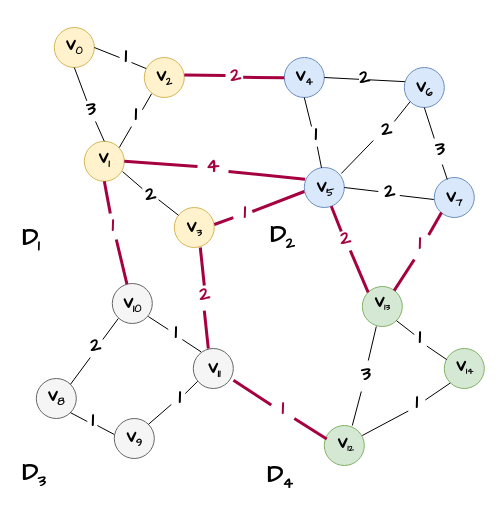
This is 1.drawio from coldbubbletea/World-of-Warcraft--Non-graphical-interface-CPP-game, a draw.io file, before an edit. Source tidied: cells renumbered, new cells numbered last; positions are measured from the earlier drawing's top-left corner, leaving out a move shared by most shapes. Both pictures are drawn from the tidied source at 100%, with x=0, y=0 at pixel (17, 27).
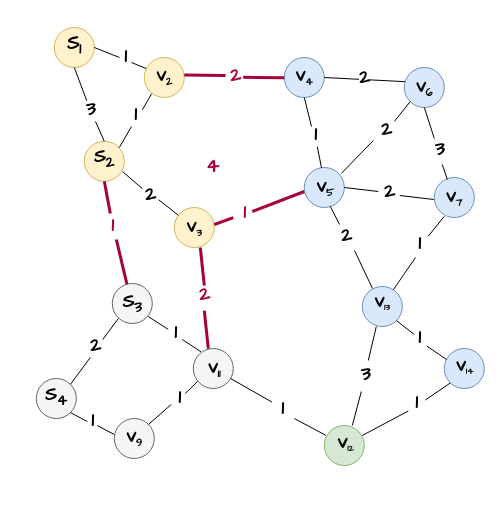
The same diagram, later.

The change refers to these unchanged cells:
```xml
<mxCell id="9" style="ellipse;whiteSpace=wrap;html=1;fillColor=#fff2cc;strokeColor=#d6b656;" parent="1" vertex="1">
  <mxGeometry x="66.8" y="113.8" width="40" height="40" as="geometry" />
</mxCell>
<mxCell id="12" style="ellipse;whiteSpace=wrap;html=1;fillColor=#dae8fc;strokeColor=#6c8ebf;" parent="1" vertex="1">
  <mxGeometry x="286.8" y="140" width="40" height="40" as="geometry" />
</mxCell>
<mxCell id="24" style="ellipse;whiteSpace=wrap;html=1;fillColor=#f5f5f5;strokeColor=#666666;fontColor=#333333;" parent="1" vertex="1">
  <mxGeometry x="175.8" y="321" width="40" height="40" as="geometry" />
</mxCell>
<mxCell id="31" style="ellipse;whiteSpace=wrap;html=1;fillColor=#d5e8d4;strokeColor=#82b366;" parent="1" vertex="1">
  <mxGeometry x="306.8" y="398" width="40" height="40" as="geometry" />
</mxCell>
```

The edit, as a diff of the source:
```diff
@@
-    <mxCell id="4" style="ellipse;whiteSpace=wrap;html=1;fillColor=#dae8fc;strokeColor=#6c8ebf;" parent="1" vertex="1">
+    <mxCell id="4" style="ellipse;whiteSpace=wrap;html=1;fillColor=#DAE8FC;strokeColor=#6C8EBF;" parent="1" vertex="1">
       <mxGeometry x="416.8" y="150" width="40" height="40" as="geometry" />
     </mxCell>
@@
-    <mxCell id="21" value="&lt;h1&gt;&lt;font face=&quot;Comic Sans MS&quot;&gt;D&lt;sub style=&quot;&quot;&gt;&lt;font style=&quot;font-size: 16px;&quot;&gt;4&lt;/font&gt;&lt;/sub&gt;&lt;/font&gt;&lt;/h1&gt;&lt;p&gt;&lt;br&gt;&lt;/p&gt;" style="text;html=1;strokeColor=none;fillColor=none;spacing=5;spacingTop=-20;whiteSpace=wrap;overflow=hidden;rounded=0;" parent="1" vertex="1">
-      <mxGeometry x="244.8" y="427" width="49" height="44" as="geometry" />
-    </mxCell>
-    <mxCell id="22" style="endArrow=none;html=1;rounded=0;exitX=1;exitY=0.5;exitDx=0;exitDy=0;strokeWidth=3;fillColor=#d80073;strokeColor=#A50040;" parent="1" edge="1" source="9">
-      <mxGeometry relative="1" as="geometry">
-        <mxPoint x="180" y="139" as="targetPoint" />
-      </mxGeometry>
-    </mxCell>
@@
-    <mxCell id="29" style="ellipse;whiteSpace=wrap;html=1;fillColor=#d5e8d4;strokeColor=#82b366;" parent="1" vertex="1">
+    <mxCell id="29" style="ellipse;whiteSpace=wrap;html=1;fillColor=#DAE8FC;strokeColor=#6C8EBF;" parent="1" vertex="1">
       <mxGeometry x="426.8" y="321" width="40" height="40" as="geometry" />
     </mxCell>
-    <mxCell id="30" style="ellipse;whiteSpace=wrap;html=1;fillColor=#d5e8d4;strokeColor=#82b366;" parent="1" vertex="1">
+    <mxCell id="30" style="ellipse;whiteSpace=wrap;html=1;fillColor=#DAE8FC;strokeColor=#6C8EBF;" parent="1" vertex="1">
       <mxGeometry x="344.8" y="259" width="40" height="40" as="geometry" />
     </mxCell>
@@
-    <mxCell id="35" style="endArrow=none;html=1;rounded=0;strokeWidth=3;fillColor=#d80073;strokeColor=#A50040;entryX=0.5;entryY=1;entryDx=0;entryDy=0;" parent="1" edge="1">
-      <mxGeometry relative="1" as="geometry">
-        <mxPoint x="323.8" y="204" as="sourcePoint" />
-        <mxPoint x="313.8" y="178.8" as="targetPoint" />
-      </mxGeometry>
-    </mxCell>
@@
-    <mxCell id="44" style="endArrow=none;html=1;rounded=0;strokeWidth=3;fillColor=#d80073;strokeColor=#A50040;entryX=0.018;entryY=0.294;entryDx=0;entryDy=0;entryPerimeter=0;" parent="1" edge="1" target="12">
-      <mxGeometry relative="1" as="geometry">
-        <mxPoint x="211" y="144" as="sourcePoint" />
-      </mxGeometry>
-    </mxCell>
-    <mxCell id="45" value="&lt;font color=&quot;#a50040&quot; style=&quot;font-size: 19px;&quot; face=&quot;Comic Sans MS&quot;&gt;&lt;b&gt;2&lt;/b&gt;&lt;/font&gt;" style="text;html=1;strokeColor=none;fillColor=none;align=center;verticalAlign=middle;whiteSpace=wrap;rounded=0;" parent="1" vertex="1">
-      <mxGeometry x="316.8" y="203" width="23" height="18" as="geometry" />
+    <mxCell id="45" value="&lt;font style=&quot;font-size: 19px;&quot; face=&quot;Comic Sans MS&quot;&gt;&lt;b&gt;2&lt;/b&gt;&lt;/font&gt;" style="text;html=1;strokeColor=none;fillColor=none;align=center;verticalAlign=middle;whiteSpace=wrap;rounded=0;fontColor=#000000;" parent="1" vertex="1">
+      <mxGeometry x="318.3" y="200" width="23" height="18" as="geometry" />
     </mxCell>
-    <mxCell id="46" style="endArrow=none;html=1;rounded=0;strokeWidth=3;fillColor=#d80073;strokeColor=#A50040;entryX=0.5;entryY=1;entryDx=0;entryDy=0;exitX=0;exitY=0;exitDx=0;exitDy=0;" parent="1" edge="1" source="30">
-      <mxGeometry relative="1" as="geometry">
-        <mxPoint x="332.8" y="223" as="targetPoint" />
-      </mxGeometry>
-    </mxCell>
-    <mxCell id="47" value="&lt;font color=&quot;#a50040&quot; style=&quot;font-size: 19px;&quot; face=&quot;Comic Sans MS&quot;&gt;&lt;b&gt;1&lt;/b&gt;&lt;/font&gt;" style="text;html=1;strokeColor=none;fillColor=none;align=center;verticalAlign=middle;whiteSpace=wrap;rounded=0;" parent="1" vertex="1">
+    <mxCell id="47" value="&lt;font style=&quot;font-size: 19px;&quot; face=&quot;Comic Sans MS&quot;&gt;&lt;b&gt;1&lt;/b&gt;&lt;/font&gt;" style="text;html=1;strokeColor=none;fillColor=none;align=center;verticalAlign=middle;whiteSpace=wrap;rounded=0;fontColor=#000000;" parent="1" vertex="1">
       <mxGeometry x="390.8" y="208" width="23" height="18" as="geometry" />
     </mxCell>
-    <mxCell id="48" style="endArrow=none;html=1;rounded=0;strokeWidth=3;fillColor=#d80073;strokeColor=#A50040;entryX=0.181;entryY=0.874;entryDx=0;entryDy=0;entryPerimeter=0;exitX=0.885;exitY=-0.033;exitDx=0;exitDy=0;exitPerimeter=0;" parent="1" edge="1" source="47" target="4">
-      <mxGeometry relative="1" as="geometry" />
-    </mxCell>
-    <mxCell id="49" style="endArrow=none;html=1;rounded=0;strokeWidth=3;fillColor=#d80073;strokeColor=#A50040;entryX=0.16;entryY=0.889;entryDx=0;entryDy=0;entryPerimeter=0;exitX=0.796;exitY=0.103;exitDx=0;exitDy=0;exitPerimeter=0;" parent="1" edge="1" source="30">
-      <mxGeometry relative="1" as="geometry">
-        <mxPoint x="396.8" y="232" as="targetPoint" />
-      </mxGeometry>
-    </mxCell>
-    <mxCell id="50" value="&lt;font color=&quot;#a50040&quot; style=&quot;font-size: 19px;&quot; face=&quot;Comic Sans MS&quot;&gt;&lt;b&gt;1&lt;/b&gt;&lt;/font&gt;" style="text;html=1;strokeColor=none;fillColor=none;align=center;verticalAlign=middle;whiteSpace=wrap;rounded=0;" parent="1" vertex="1">
+    <mxCell id="50" value="&lt;font style=&quot;font-size: 19px;&quot; face=&quot;Comic Sans MS&quot;&gt;&lt;b&gt;1&lt;/b&gt;&lt;/font&gt;" style="text;html=1;strokeColor=none;fillColor=none;align=center;verticalAlign=middle;whiteSpace=wrap;rounded=0;fontColor=#000000;" parent="1" vertex="1">
       <mxGeometry x="253.8" y="373" width="23" height="18" as="geometry" />
     </mxCell>
-    <mxCell id="51" style="endArrow=none;html=1;rounded=0;strokeWidth=3;fillColor=#d80073;strokeColor=#A50040;entryX=1.004;entryY=0.794;entryDx=0;entryDy=0;entryPerimeter=0;exitX=0;exitY=0.25;exitDx=0;exitDy=0;" parent="1" edge="1" source="50" target="24">
-      <mxGeometry relative="1" as="geometry" />
-    </mxCell>
-    <mxCell id="52" style="endArrow=none;html=1;rounded=0;exitX=1;exitY=1;exitDx=0;exitDy=0;strokeWidth=3;fillColor=#d80073;strokeColor=#A50040;entryX=0.061;entryY=0.338;entryDx=0;entryDy=0;entryPerimeter=0;" parent="1" edge="1" source="50" target="31">
-      <mxGeometry relative="1" as="geometry" />
-    </mxCell>
@@
-    <mxCell id="96" value="&lt;h1&gt;&lt;font face=&quot;Comic Sans MS&quot;&gt;D&lt;sub style=&quot;&quot;&gt;&lt;font style=&quot;font-size: 16px;&quot;&gt;3&lt;/font&gt;&lt;/sub&gt;&lt;/font&gt;&lt;/h1&gt;&lt;p&gt;&lt;br&gt;&lt;/p&gt;" style="text;html=1;strokeColor=none;fillColor=none;spacing=5;spacingTop=-20;whiteSpace=wrap;overflow=hidden;rounded=0;" parent="1" vertex="1">
-      <mxGeometry x="-0.2" y="425" width="49" height="44" as="geometry" />
-    </mxCell>
-    <mxCell id="97" value="&lt;h1&gt;&lt;font face=&quot;Comic Sans MS&quot;&gt;D&lt;sub style=&quot;&quot;&gt;&lt;font style=&quot;font-size: 16px;&quot;&gt;2&lt;/font&gt;&lt;/sub&gt;&lt;/font&gt;&lt;/h1&gt;&lt;p&gt;&lt;br&gt;&lt;/p&gt;" style="text;html=1;strokeColor=none;fillColor=none;spacing=5;spacingTop=-20;whiteSpace=wrap;overflow=hidden;rounded=0;" parent="1" vertex="1">
-      <mxGeometry x="247.8" y="187" width="49" height="44" as="geometry" />
-    </mxCell>
-    <mxCell id="98" value="&lt;h1&gt;&lt;font face=&quot;Comic Sans MS&quot;&gt;D&lt;sub style=&quot;&quot;&gt;&lt;font style=&quot;font-size: 16px;&quot;&gt;1&lt;/font&gt;&lt;/sub&gt;&lt;/font&gt;&lt;/h1&gt;&lt;p&gt;&lt;br&gt;&lt;/p&gt;" style="text;html=1;strokeColor=none;fillColor=none;spacing=5;spacingTop=-20;whiteSpace=wrap;overflow=hidden;rounded=0;" parent="1" vertex="1">
-      <mxGeometry x="-0.2" y="190" width="49" height="44" as="geometry" />
-    </mxCell>
-    <mxCell id="99" value="&lt;h2 style=&quot;&quot;&gt;&lt;font style=&quot;font-size: 19px;&quot;&gt;v&lt;/font&gt;&lt;font style=&quot;font-size: 13.1944px;&quot;&gt;&lt;sub&gt;1&lt;/sub&gt;&lt;/font&gt;&lt;/h2&gt;" style="text;html=1;strokeColor=none;fillColor=none;align=center;verticalAlign=middle;whiteSpace=wrap;rounded=0;fontFamily=Comic Sans MS;" parent="1" vertex="1">
+    <mxCell id="99" value="&lt;h2 style=&quot;border-color: var(--border-color);&quot;&gt;S&lt;sub style=&quot;border-color: var(--border-color);&quot;&gt;2&lt;/sub&gt;&lt;/h2&gt;" style="text;html=1;strokeColor=none;fillColor=none;align=center;verticalAlign=middle;whiteSpace=wrap;rounded=0;fontFamily=Comic Sans MS;" parent="1" vertex="1">
       <mxGeometry x="76.8" y="122.5" width="20" height="17.5" as="geometry" />
     </mxCell>
-    <mxCell id="100" value="&lt;h2 style=&quot;&quot;&gt;&lt;font style=&quot;font-size: 19px;&quot;&gt;v&lt;/font&gt;&lt;font style=&quot;font-size: 13.1944px;&quot;&gt;&lt;sub&gt;0&lt;/sub&gt;&lt;/font&gt;&lt;/h2&gt;" style="text;html=1;strokeColor=none;fillColor=none;align=center;verticalAlign=middle;whiteSpace=wrap;rounded=0;fontFamily=Comic Sans MS;" parent="1" vertex="1">
+    <mxCell id="100" value="&lt;h2 style=&quot;&quot;&gt;&lt;span style=&quot;font-size: 19px;&quot;&gt;S&lt;sub&gt;1&lt;/sub&gt;&lt;/span&gt;&lt;/h2&gt;" style="text;html=1;strokeColor=none;fillColor=none;align=center;verticalAlign=middle;whiteSpace=wrap;rounded=0;fontFamily=Comic Sans MS;" parent="1" vertex="1">
       <mxGeometry x="46.8" y="9" width="20" height="17.5" as="geometry" />
     </mxCell>
@@
-    <mxCell id="104" value="&lt;h2 style=&quot;&quot;&gt;&lt;font style=&quot;font-size: 19px;&quot;&gt;v&lt;/font&gt;&lt;font style=&quot;font-size: 13.1944px;&quot;&gt;&lt;sub&gt;10&lt;/sub&gt;&lt;/font&gt;&lt;/h2&gt;" style="text;html=1;strokeColor=none;fillColor=none;align=center;verticalAlign=middle;whiteSpace=wrap;rounded=0;fontFamily=Comic Sans MS;" parent="1" vertex="1">
+    <mxCell id="104" value="&lt;h2 style=&quot;border-color: var(--border-color);&quot;&gt;S&lt;sub style=&quot;border-color: var(--border-color);&quot;&gt;3&lt;/sub&gt;&lt;/h2&gt;" style="text;html=1;strokeColor=none;fillColor=none;align=center;verticalAlign=middle;whiteSpace=wrap;rounded=0;fontFamily=Comic Sans MS;" parent="1" vertex="1">
       <mxGeometry x="104.8" y="267.2" width="20" height="17.5" as="geometry" />
     </mxCell>
-    <mxCell id="105" value="&lt;h2 style=&quot;&quot;&gt;&lt;font style=&quot;font-size: 19px;&quot;&gt;v&lt;/font&gt;&lt;font style=&quot;font-size: 13.1944px;&quot;&gt;&lt;sub&gt;8&lt;/sub&gt;&lt;/font&gt;&lt;/h2&gt;" style="text;html=1;strokeColor=none;fillColor=none;align=center;verticalAlign=middle;whiteSpace=wrap;rounded=0;fontFamily=Comic Sans MS;" parent="1" vertex="1">
+    <mxCell id="105" value="&lt;h2 style=&quot;border-color: var(--border-color);&quot;&gt;S&lt;sub style=&quot;border-color: var(--border-color);&quot;&gt;4&lt;/sub&gt;&lt;/h2&gt;" style="text;html=1;strokeColor=none;fillColor=none;align=center;verticalAlign=middle;whiteSpace=wrap;rounded=0;fontFamily=Comic Sans MS;" parent="1" vertex="1">
       <mxGeometry x="28.8" y="360.5" width="20" height="17.5" as="geometry" />
     </mxCell>
@@
+    <mxCell id="108" style="endArrow=none;html=1;rounded=0;exitX=0.032;exitY=0.09;exitDx=0;exitDy=0;exitPerimeter=0;" parent="1" edge="1" source="50">
+      <mxGeometry relative="1" as="geometry">
+        <mxPoint x="213" y="351" as="targetPoint" />
+      </mxGeometry>
+    </mxCell>
+    <mxCell id="109" style="endArrow=none;html=1;rounded=0;exitX=0.04;exitY=0.246;exitDx=0;exitDy=0;exitPerimeter=0;" parent="1" edge="1" source="31">
+      <mxGeometry relative="1" as="geometry">
+        <mxPoint x="276.8" y="391" as="targetPoint" />
+      </mxGeometry>
+    </mxCell>
+    <mxCell id="110" style="endArrow=none;html=1;rounded=0;" parent="1" edge="1">
+      <mxGeometry relative="1" as="geometry">
+        <mxPoint x="322" y="197" as="sourcePoint" />
+        <mxPoint x="312.8" y="178.8" as="targetPoint" />
+      </mxGeometry>
+    </mxCell>
+    <mxCell id="111" style="endArrow=none;html=1;rounded=0;" parent="1" edge="1">
+      <mxGeometry relative="1" as="geometry">
+        <mxPoint x="355" y="261" as="sourcePoint" />
+        <mxPoint x="337" y="223" as="targetPoint" />
+      </mxGeometry>
+    </mxCell>
+    <mxCell id="112" style="endArrow=none;html=1;rounded=0;entryX=0;entryY=1;entryDx=0;entryDy=0;" parent="1" edge="1">
+      <mxGeometry relative="1" as="geometry">
+        <mxPoint x="410.7" y="208.8" as="sourcePoint" />
+        <mxPoint x="426.8" y="188.8" as="targetPoint" />
+      </mxGeometry>
+    </mxCell>
+    <mxCell id="113" style="endArrow=none;html=1;rounded=0;entryX=0.312;entryY=1.222;entryDx=0;entryDy=0;entryPerimeter=0;exitX=0.779;exitY=0.077;exitDx=0;exitDy=0;exitPerimeter=0;" parent="1" edge="1" source="30" target="47">
+      <mxGeometry relative="1" as="geometry" />
+    </mxCell>
```
